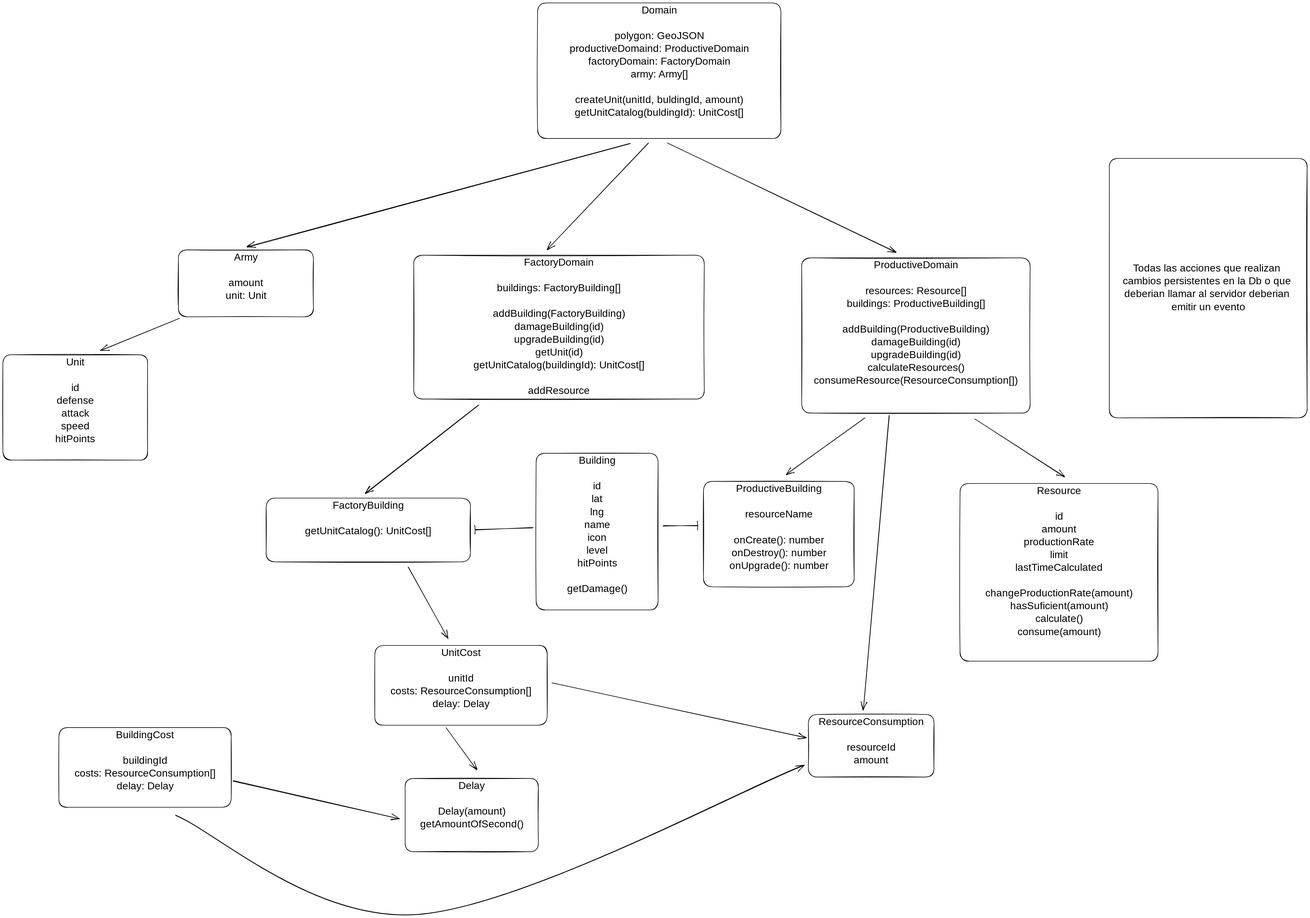
Before: docs/architecture/.excalidraw.svg, a diagram exported from Excalidraw (Sokal21/rosario-city). Source tidied: one line per element, renumbered; positions are measured from the earlier drawing's top-left corner, leaving out a move shared by most shapes.
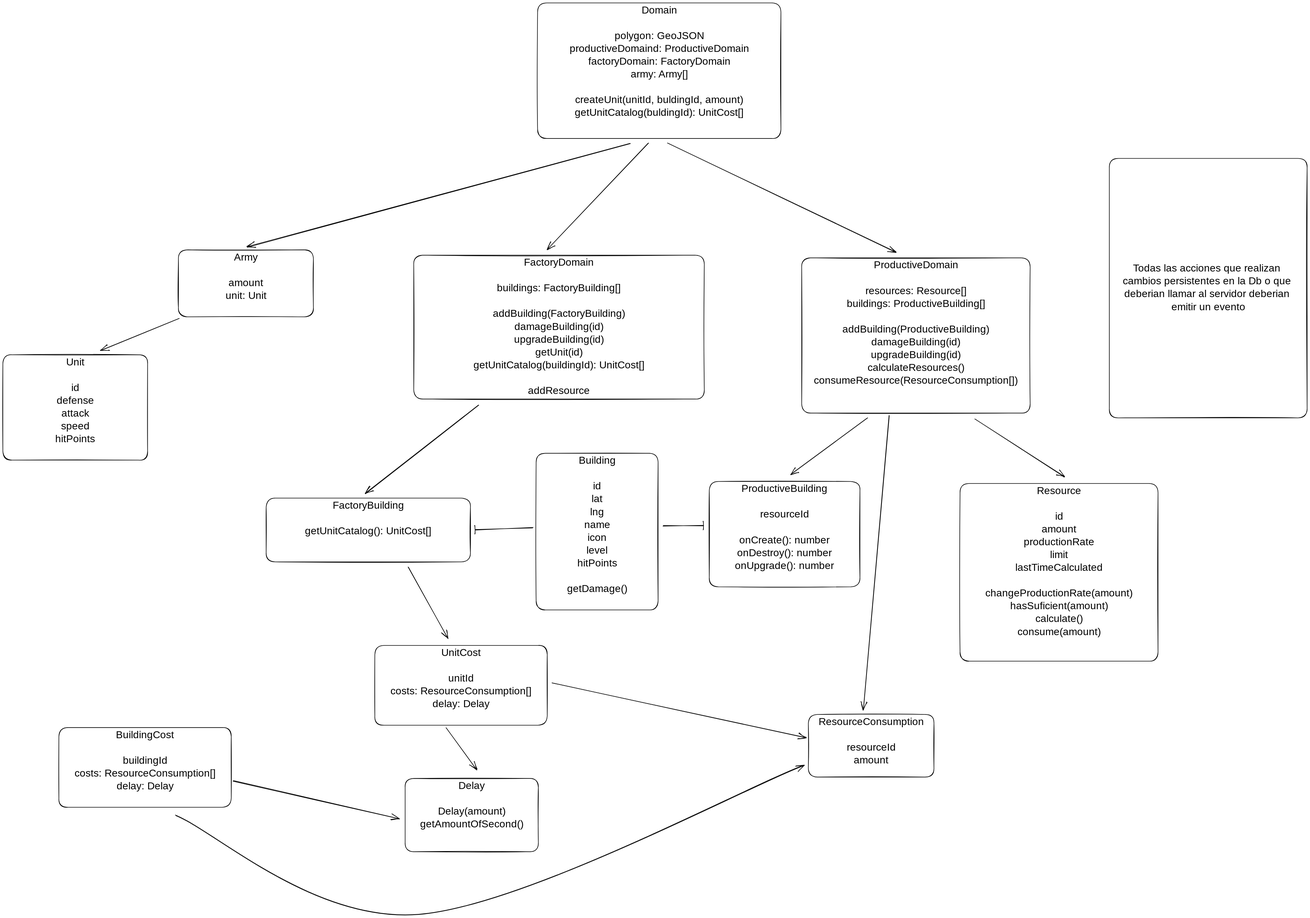
The same file after the commit.

Change to the diagram source:
```diff
@@ -8,10 +8,10 @@
 {"id": 7, "type": "text", "text": "Domain\n\npolygon: GeoJSON\nproductiveDomaind: ProductiveDomain\nfactoryDomain: FactoryDomain\narmy: Army[]\n\ncreateUnit(unitId, buldingId, amount)\ngetUnitCatalog(buldingId): UnitCost[]\n", "strokeColor": "#000000", "strokeWidth": 2, "roughness": 1, "fontSize": 36, "fontFamily": 1, "textAlign": "center", "inside": 5, "x": 1973, "y": 5, "width": 663, "height": 450}
 {"id": 8, "type": "rectangle", "strokeColor": "#000000", "strokeWidth": 2, "roughness": 1, "round": true, "x": 2804, "y": 895, "width": 802, "height": 545}
 {"id": 9, "type": "text", "text": "ProductiveDomain\n\nresources: Resource[]\nbuildings: ProductiveBuilding[]\n\naddBuilding(ProductiveBuilding)\ndamageBuilding(id)\nupgradeBuilding(id)\ncalculateResources()\nconsumeResource(ResourceConsumption[])", "strokeColor": "#000000", "strokeWidth": 2, "roughness": 1, "fontSize": 36, "fontFamily": 1, "textAlign": "center", "inside": 8, "x": 2845, "y": 900, "width": 720, "height": 450}
-{"id": 10, "type": "rectangle", "strokeColor": "#000000", "strokeWidth": 2, "roughness": 1, "round": true, "x": 2459, "y": 1680, "width": 529, "height": 370}
+{"id": 10, "type": "rectangle", "strokeColor": "#000000", "strokeWidth": 2, "roughness": 1, "round": true, "x": 2479, "y": 1680, "width": 529, "height": 370}
-{"id": 11, "type": "text", "text": "ProductiveBuilding\n\nresourceName\n\nonCreate(): number\nonDestroy(): number\nonUpgrade(): number\n", "strokeColor": "#000000", "strokeWidth": 2, "roughness": 1, "fontSize": 36, "fontFamily": 1, "textAlign": "center", "inside": 10, "x": 2551, "y": 1685, "width": 345, "height": 360}
+{"id": 11, "type": "text", "text": "ProductiveBuilding\n\nresourceId\n\nonCreate(): number\nonDestroy(): number\nonUpgrade(): number\n", "strokeColor": "#000000", "strokeWidth": 2, "roughness": 1, "fontSize": 36, "fontFamily": 1, "textAlign": "center", "inside": 10, "x": 2571, "y": 1685, "width": 345, "height": 360}
-{"id": 12, "type": "arrow", "strokeColor": "#000000", "strokeWidth": 2, "roughness": 1, "endArrowhead": "bar", "round": true, "from": 3, "to": 10, "x": 2318, "y": 1836, "width": 120, "height": 1, "points": [[0, 0], [120, -1]]}
+{"id": 12, "type": "arrow", "strokeColor": "#000000", "strokeWidth": 2, "roughness": 1, "endArrowhead": "bar", "round": true, "from": 3, "to": 10, "x": 2318, "y": 1836, "width": 141, "height": 1, "points": [[0, 0], [141, -1]]}
-{"id": 13, "type": "arrow", "strokeColor": "#000000", "strokeWidth": 2, "roughness": 1, "endArrowhead": "arrow", "round": true, "from": 8, "to": 10, "x": 3025, "y": 1458, "width": 276, "height": 198, "points": [[0, 0], [-276, 198]]}
+{"id": 13, "type": "arrow", "strokeColor": "#000000", "strokeWidth": 2, "roughness": 1, "endArrowhead": "arrow", "round": true, "from": 8, "to": 10, "x": 3034, "y": 1458, "width": 269, "height": 198, "points": [[0, 0], [-269, 198]]}
 {"id": 14, "type": "arrow", "strokeColor": "#000000", "strokeWidth": 2, "roughness": 1, "endArrowhead": "arrow", "round": true, "from": 8, "to": 0, "x": 3412, "y": 1461, "width": 313, "height": 203, "points": [[0, 0], [313, 203]]}
 {"id": 15, "type": "arrow", "strokeColor": "#000000", "strokeWidth": 2, "roughness": 1, "endArrowhead": "arrow", "round": true, "from": 5, "to": 8, "x": 2334, "y": 492, "width": 800, "height": 383, "points": [[0, 0], [800, 383]]}
 {"id": 16, "type": "rectangle", "strokeColor": "#000000", "strokeWidth": 2, "roughness": 1, "round": true, "x": 924, "y": 1739, "width": 717, "height": 224}
```
